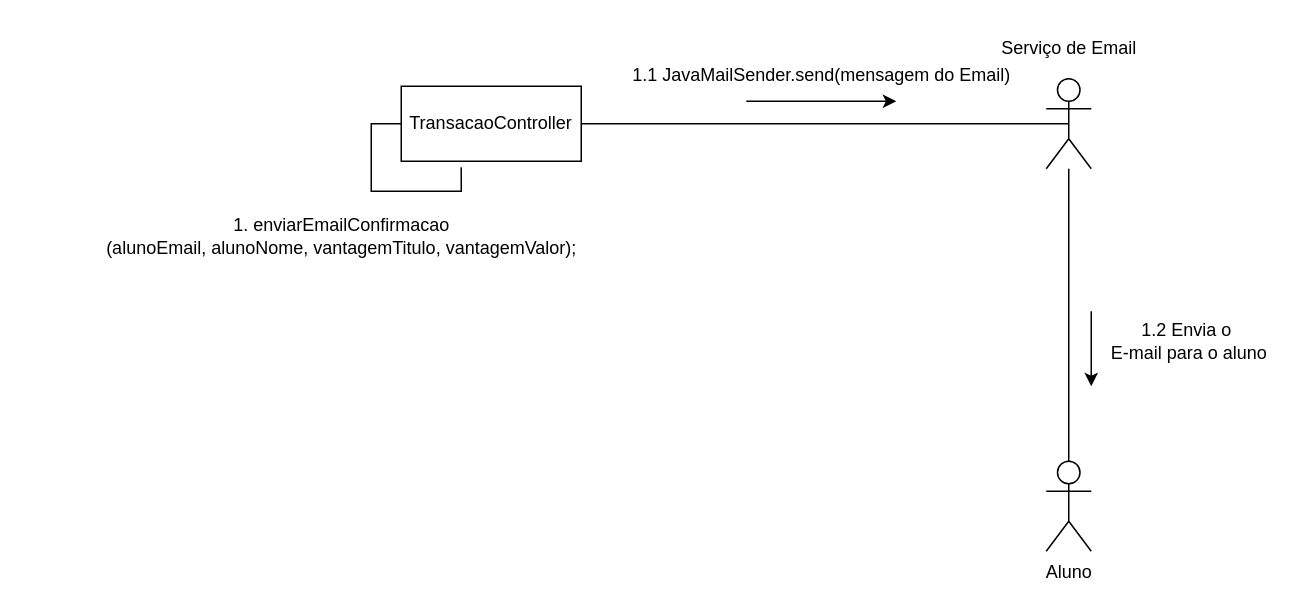
pedrolucas444/laboratorio-3 keeps this draw.io diagram as projeto/drawio/Diagrama de Comunicação envio de cupom.drawio. Above is the earlier version. Source tidied: cells renumbered, new cells numbered last; positions are measured from the earlier drawing's top-left corner, leaving out a move shared by most shapes. Both pictures are drawn from the tidied source at 150%, with x=0, y=0 at pixel (86, 26).
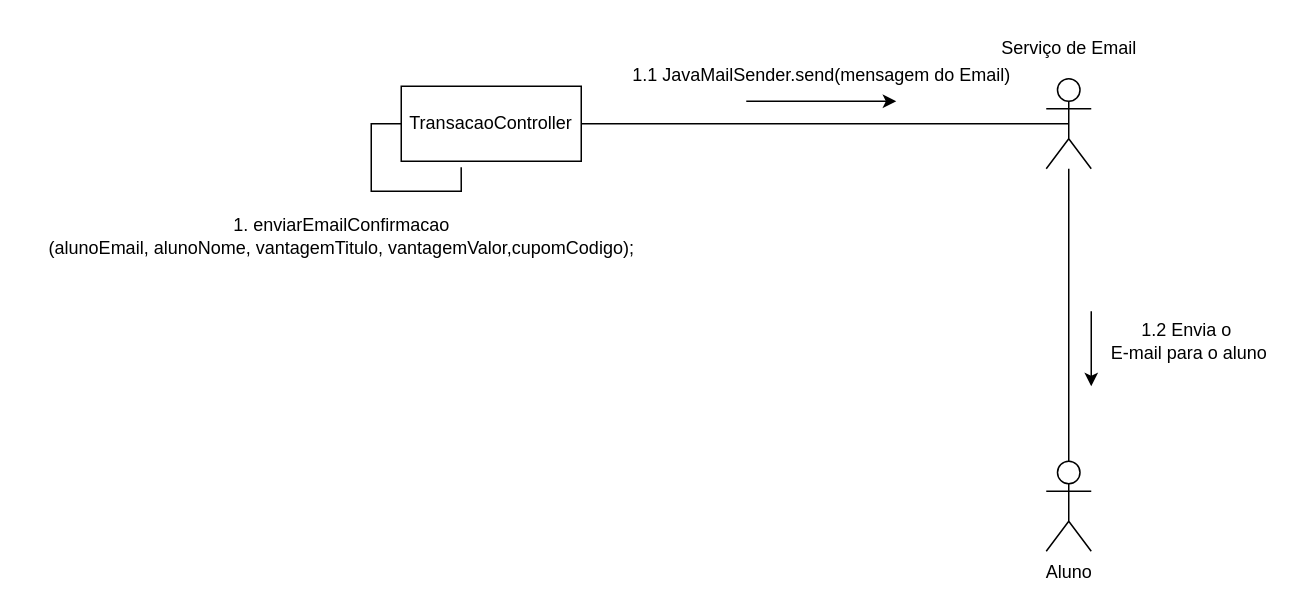
The same diagram, later.

Diff of the diagram source:
```diff
@@
 <mxGraphModel>
   <root>
     <mxCell id="0" />
     <mxCell id="1" parent="0" />
     <mxCell id="2" style="edgeStyle=orthogonalEdgeStyle;rounded=0;jettySize=auto;html=1;entryX=0.5;entryY=0;entryDx=0;entryDy=0;entryPerimeter=0;endArrow=none;startFill=0;" parent="1" edge="1" source="3" target="8">
       <mxGeometry relative="1" as="geometry" />
     </mxCell>
     <mxCell id="3" style="shape=umlActor;verticalLabelPosition=bottom;verticalAlign=top;html=1;" parent="1" vertex="1">
       <mxGeometry x="640" y="35" width="30" height="60" as="geometry" />
     </mxCell>
     <mxCell id="4" value="TransacaoController" style="html=1;whiteSpace=wrap;" parent="1" vertex="1">
       <mxGeometry x="210" y="40" width="120" height="50" as="geometry" />
     </mxCell>
     <mxCell id="5" style="edgeStyle=orthogonalEdgeStyle;rounded=0;jettySize=auto;html=1;entryX=0.5;entryY=0.5;entryDx=0;entryDy=0;entryPerimeter=0;endArrow=none;startFill=0;" parent="1" edge="1" source="4" target="3">
       <mxGeometry relative="1" as="geometry" />
     </mxCell>
     <mxCell id="6" style="endArrow=classic;html=1;rounded=0;" parent="1" edge="1">
       <mxGeometry relative="1" as="geometry">
         <mxPoint x="440" y="50" as="sourcePoint" />
         <mxPoint x="540" y="50" as="targetPoint" />
       </mxGeometry>
     </mxCell>
-    <mxCell id="7" value="1. enviarEmailConfirmacao&lt;div&gt;(alunoEmail, alunoNome, vantagemTitulo, vantagemValor);&lt;/div&gt;" style="text;html=1;align=center;verticalAlign=middle;strokeColor=none;fillColor=none;" parent="1" vertex="1">
-      <mxGeometry y="120" width="340" height="40" as="geometry" />
+    <mxCell id="7" value="1. enviarEmailConfirmacao&lt;div&gt;(alunoEmail, alunoNome, vantagemTitulo, vantagemValor,cupomCodigo);&lt;/div&gt;" style="text;html=1;align=center;verticalAlign=middle;strokeColor=none;fillColor=none;" parent="1" vertex="1">
+      <mxGeometry x="-40" y="120" width="420" height="40" as="geometry" />
     </mxCell>
     <mxCell id="8" value="Aluno" style="shape=umlActor;verticalLabelPosition=bottom;verticalAlign=top;html=1;outlineConnect=0;" parent="1" vertex="1">
       <mxGeometry x="640" y="290" width="30" height="60" as="geometry" />
     </mxCell>
     <mxCell id="9" style="endArrow=classic;html=1;rounded=0;" parent="1" edge="1">
       <mxGeometry relative="1" as="geometry">
         <mxPoint x="670" y="190" as="sourcePoint" />
         <mxPoint x="670" y="240" as="targetPoint" />
       </mxGeometry>
     </mxCell>
     <mxCell id="10" style="edgeStyle=orthogonalEdgeStyle;rounded=0;orthogonalLoop=1;jettySize=auto;html=1;exitX=0;exitY=0.5;exitDx=0;exitDy=0;entryX=0.333;entryY=1.08;entryDx=0;entryDy=0;entryPerimeter=0;endArrow=none;startFill=0;" parent="1" edge="1" source="4" target="4">
       <mxGeometry relative="1" as="geometry" />
     </mxCell>
     <mxCell id="11" value="1.1 JavaMailSender.send(mensagem do Email)" style="text;html=1;align=center;verticalAlign=middle;strokeColor=none;fillColor=none;" parent="1" vertex="1">
       <mxGeometry x="350" y="18" width="280" height="30" as="geometry" />
     </mxCell>
     <mxCell id="12" value="1.2 Envia o&amp;nbsp;&lt;div&gt;E-mail para o aluno&lt;/div&gt;" style="text;html=1;align=center;verticalAlign=middle;strokeColor=none;fillColor=none;" parent="1" vertex="1">
       <mxGeometry x="670" y="190" width="130" height="40" as="geometry" />
     </mxCell>
     <mxCell id="13" value="Serviço de Email" style="text;html=1;align=center;verticalAlign=middle;strokeColor=none;fillColor=none;" parent="1" vertex="1">
       <mxGeometry x="600" width="110" height="30" as="geometry" />
     </mxCell>
   </root>
 </mxGraphModel>
```
